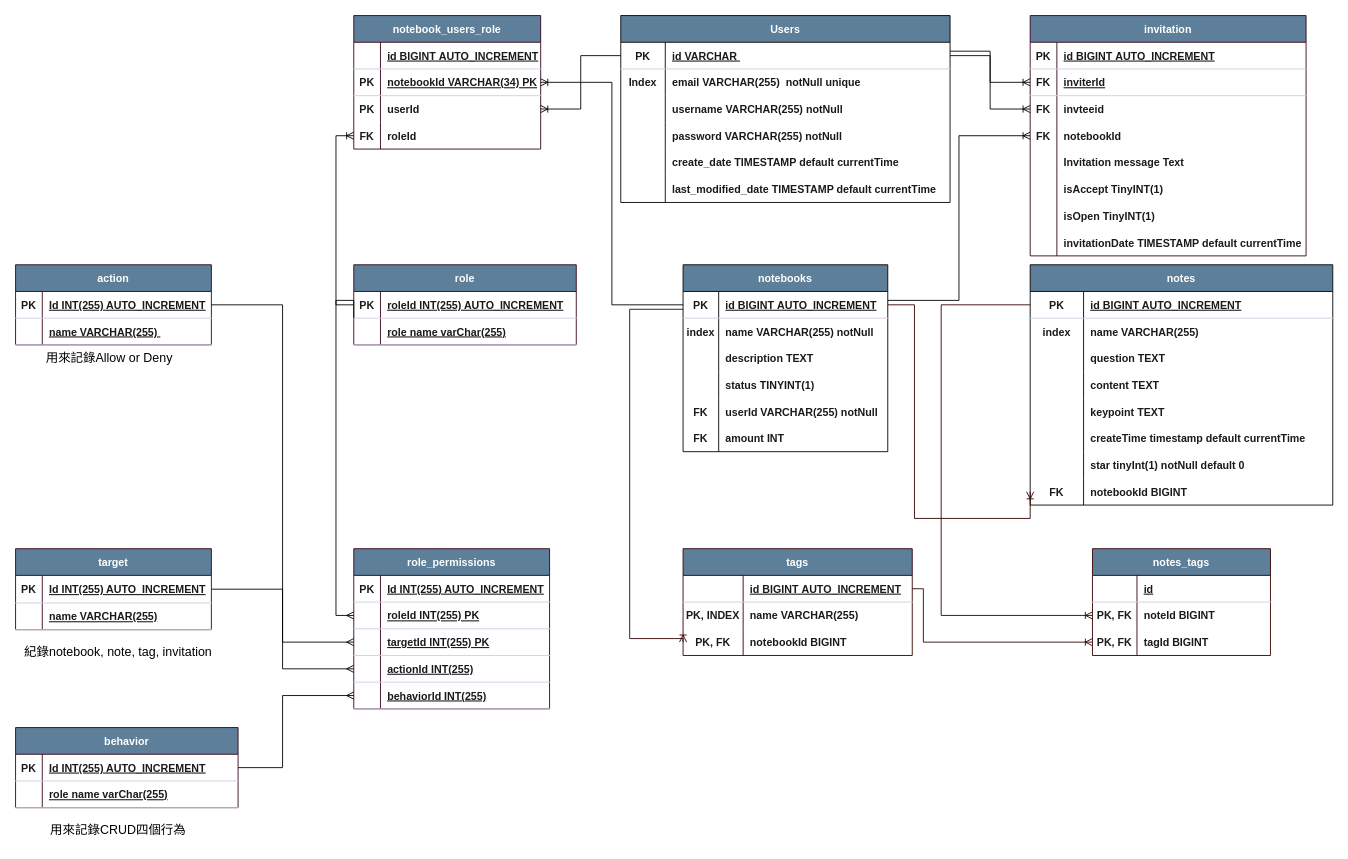
Earlier version of the draw.io diagram page "ERD" (1 of 3) of LinkNoteERD.drawio (joeyliao127/LinkNote2.0). Source tidied: cells renumbered, new cells numbered last; positions are measured from the earlier drawing's top-left corner, leaving out a move shared by most shapes. Both pictures are drawn from the tidied source at 89%, with x=0, y=0 at pixel (15, 15).
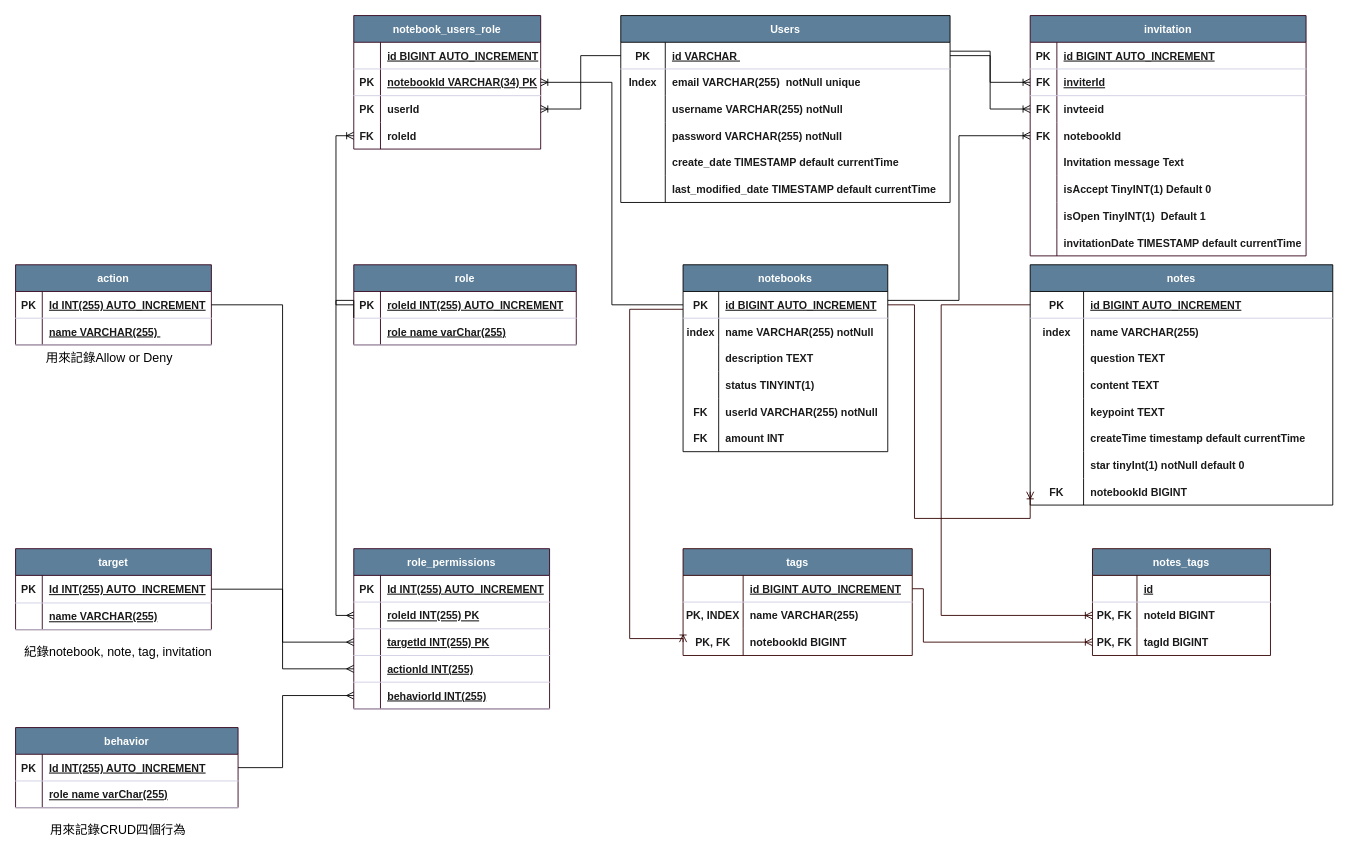
The same diagram, later.

Unchanged cells that the change refers to:
```xml
<mxCell id="128" style="shape=tableRow;horizontal=0;startSize=0;swimlaneHead=0;swimlaneBody=0;fillColor=none;top=0;left=0;right=0;bottom=0;fontStyle=1;labelBackgroundColor=none;strokeColor=#D0CEE2;fontColor=#1A1A1A;" parent="112" vertex="1">
  <mxGeometry y="180" width="310" height="30" as="geometry" />
</mxCell>
<mxCell id="131" style="shape=tableRow;horizontal=0;startSize=0;swimlaneHead=0;swimlaneBody=0;fillColor=none;top=0;left=0;right=0;bottom=0;fontStyle=1;labelBackgroundColor=none;strokeColor=#D0CEE2;fontColor=#1A1A1A;" parent="112" vertex="1">
  <mxGeometry y="210" width="310" height="30" as="geometry" />
</mxCell>
```

The edit, as a diff of the source:
```diff
@@
-    <mxCell id="130" value="isAccept TinyINT(1)" style="shape=partialRectangle;fillColor=none;top=0;left=0;bottom=0;right=0;align=left;spacingLeft=6;overflow=hidden;fontStyle=1;labelBackgroundColor=none;strokeColor=#D0CEE2;fontColor=#1A1A1A;" parent="128" vertex="1">
+    <mxCell id="130" value="isAccept TinyINT(1) Default 0" style="shape=partialRectangle;fillColor=none;top=0;left=0;bottom=0;right=0;align=left;spacingLeft=6;overflow=hidden;fontStyle=1;labelBackgroundColor=none;strokeColor=#D0CEE2;fontColor=#1A1A1A;" parent="128" vertex="1">
       <mxGeometry x="30" width="280" height="30" as="geometry" />
     </mxCell>
@@
-    <mxCell id="133" value="isOpen TinyINT(1)" style="shape=partialRectangle;fillColor=none;top=0;left=0;bottom=0;right=0;align=left;spacingLeft=6;overflow=hidden;fontStyle=1;labelBackgroundColor=none;strokeColor=#D0CEE2;fontColor=#1A1A1A;" parent="131" vertex="1">
+    <mxCell id="133" value="isOpen TinyINT(1)  Default 1" style="shape=partialRectangle;fillColor=none;top=0;left=0;bottom=0;right=0;align=left;spacingLeft=6;overflow=hidden;fontStyle=1;labelBackgroundColor=none;strokeColor=#D0CEE2;fontColor=#1A1A1A;" parent="131" vertex="1">
       <mxGeometry x="30" width="280" height="30" as="geometry" />
     </mxCell>
```
